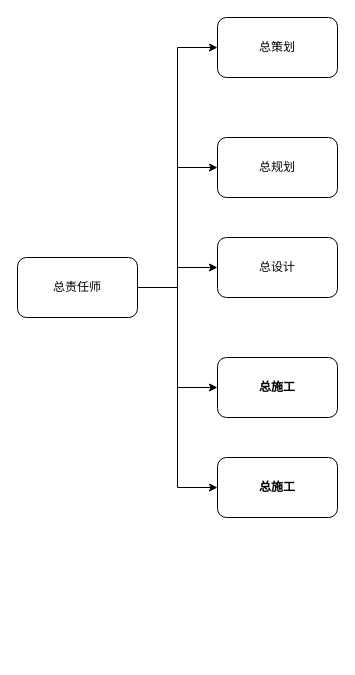
This is 总师系统_UserRelationShape.drawio from gaochaowyq/MinderGraph, a draw.io file, before an edit. Source tidied: cells renumbered, new cells numbered last; positions are measured from the earlier drawing's top-left corner, leaving out a move shared by most shapes. Both pictures are drawn from the tidied source at 100%, with x=0, y=0 at pixel (17, 17).
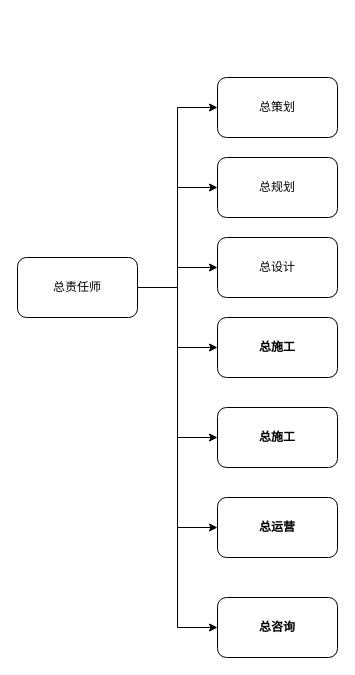
After the change.

Change to the diagram source:
```diff
@@
 <mxGraphModel>
   <root>
     <mxCell id="0" />
     <mxCell id="1" parent="0" />
     <mxCell id="2" style="edgeStyle=orthogonalEdgeStyle;rounded=0;jettySize=auto;html=1;entryX=0;entryY=0.5;entryDx=0;entryDy=0;" parent="1" edge="1" source="7" target="8">
       <mxGeometry relative="1" as="geometry" />
     </mxCell>
     <mxCell id="3" style="edgeStyle=orthogonalEdgeStyle;rounded=0;jettySize=auto;html=1;" parent="1" edge="1" source="7" target="9">
       <mxGeometry relative="1" as="geometry" />
     </mxCell>
     <mxCell id="4" style="edgeStyle=orthogonalEdgeStyle;rounded=0;jettySize=auto;html=1;entryX=0;entryY=0.5;entryDx=0;entryDy=0;" parent="1" edge="1" source="7" target="10">
       <mxGeometry relative="1" as="geometry" />
     </mxCell>
     <mxCell id="5" style="edgeStyle=orthogonalEdgeStyle;rounded=0;jettySize=auto;html=1;entryX=0;entryY=0.5;entryDx=0;entryDy=0;" parent="1" edge="1" source="7" target="11">
       <mxGeometry relative="1" as="geometry" />
     </mxCell>
     <mxCell id="6" style="edgeStyle=orthogonalEdgeStyle;rounded=0;jettySize=auto;html=1;entryX=0;entryY=0.5;entryDx=0;entryDy=0;" parent="1" edge="1" source="7" target="12">
       <mxGeometry relative="1" as="geometry" />
     </mxCell>
+    <mxCell id="13" style="edgeStyle=orthogonalEdgeStyle;rounded=0;jettySize=auto;html=1;entryX=0;entryY=0.5;entryDx=0;entryDy=0;" parent="1" edge="1" source="7" target="15">
+      <mxGeometry relative="1" as="geometry" />
+    </mxCell>
+    <mxCell id="14" style="edgeStyle=orthogonalEdgeStyle;rounded=0;jettySize=auto;html=1;entryX=0;entryY=0.5;entryDx=0;entryDy=0;" parent="1" edge="1" source="7" target="16">
+      <mxGeometry relative="1" as="geometry" />
+    </mxCell>
     <mxCell id="7" value="总责任师" style="rounded=1;whiteSpace=wrap;html=1;" parent="1" vertex="1">
       <mxGeometry y="240" width="120" height="60" as="geometry" />
     </mxCell>
     <mxCell id="8" value="总规划" style="rounded=1;whiteSpace=wrap;html=1;" parent="1" vertex="1">
-      <mxGeometry x="200" y="120" width="120" height="60" as="geometry" />
+      <mxGeometry x="200" y="140" width="120" height="60" as="geometry" />
     </mxCell>
     <mxCell id="9" value="总设计" style="rounded=1;whiteSpace=wrap;html=1;" parent="1" vertex="1">
       <mxGeometry x="200" y="220" width="120" height="60" as="geometry" />
     </mxCell>
     <mxCell id="10" value="总施工" style="rounded=1;whiteSpace=wrap;html=1;fontStyle=1;" parent="1" vertex="1">
-      <mxGeometry x="200" y="340" width="120" height="60" as="geometry" />
+      <mxGeometry x="200" y="300" width="120" height="60" as="geometry" />
     </mxCell>
     <mxCell id="11" value="总施工" style="rounded=1;whiteSpace=wrap;html=1;fontStyle=1;" parent="1" vertex="1">
-      <mxGeometry x="200" y="440" width="120" height="60" as="geometry" />
+      <mxGeometry x="200" y="390" width="120" height="60" as="geometry" />
     </mxCell>
     <mxCell id="12" value="总策划" style="rounded=1;whiteSpace=wrap;html=1;" parent="1" vertex="1">
-      <mxGeometry x="200" width="120" height="60" as="geometry" />
+      <mxGeometry x="200" y="60" width="120" height="60" as="geometry" />
     </mxCell>
+    <mxCell id="15" value="总运营" style="rounded=1;whiteSpace=wrap;html=1;fontStyle=1;" parent="1" vertex="1">
+      <mxGeometry x="200" y="480" width="120" height="60" as="geometry" />
+    </mxCell>
+    <mxCell id="16" value="总咨询" style="rounded=1;whiteSpace=wrap;html=1;fontStyle=1;" parent="1" vertex="1">
+      <mxGeometry x="200" y="580" width="120" height="60" as="geometry" />
+    </mxCell>
   </root>
 </mxGraphModel>
```
